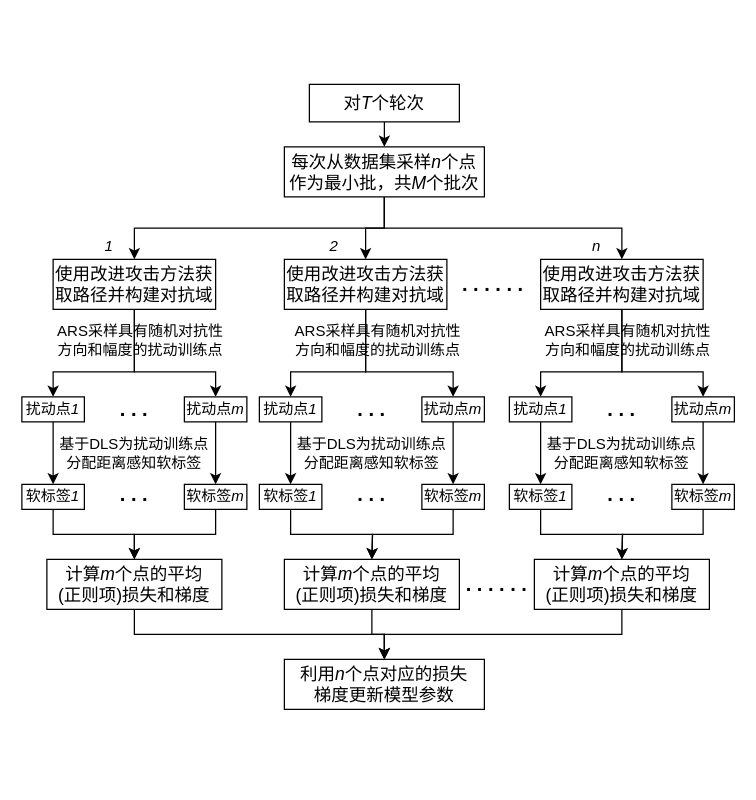
Before: RAT.drawio in Zhou-AY/hello-world, a draw.io diagram. Source tidied: cells renumbered, new cells numbered last; positions are measured from the earlier drawing's top-left corner, leaving out a move shared by most shapes. Both pictures are drawn from the tidied source at 125%, with x=0, y=0 at pixel (21, 84).
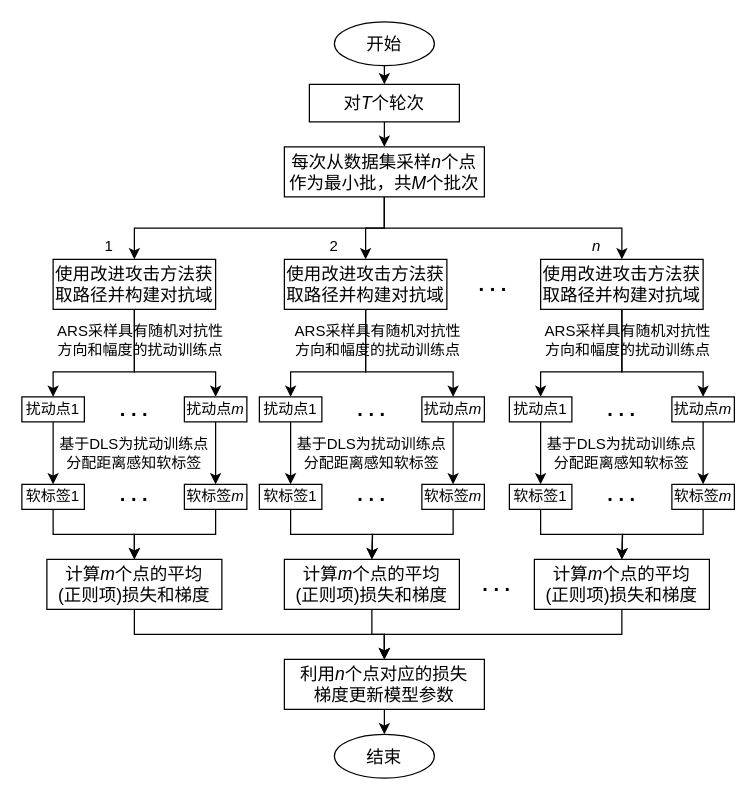
Above is the later version.

Unchanged cells that the change refers to:
```xml
<mxCell id="3" value="&lt;font style=&quot;font-size: 14px;&quot;&gt;对&lt;i&gt;T&lt;/i&gt;个轮次&lt;/font&gt;" style="rounded=0;whiteSpace=wrap;html=1;" parent="1" vertex="1">
  <mxGeometry x="230" width="120" height="30" as="geometry" />
</mxCell>
<mxCell id="33" value="&lt;font style=&quot;font-size: 14px;&quot;&gt;利用&lt;i&gt;n&lt;/i&gt;个点对应的损失&lt;br&gt;梯度更新模型参数&lt;br&gt;&lt;/font&gt;" style="rounded=0;whiteSpace=wrap;html=1;" parent="1" vertex="1">
  <mxGeometry x="210" y="460" width="160" height="40" as="geometry" />
</mxCell>
```

Diff of the diagram source:
```diff
@@
-    <mxCell id="15" value="&lt;i&gt;1&lt;/i&gt;" style="text;html=1;strokeColor=none;fillColor=none;align=center;verticalAlign=middle;whiteSpace=wrap;rounded=0;" parent="1" vertex="1">
+    <mxCell id="15" value="1" style="text;html=1;strokeColor=none;fillColor=none;align=center;verticalAlign=middle;whiteSpace=wrap;rounded=0;" parent="1" vertex="1">
       <mxGeometry x="60" y="120" width="20" height="20" as="geometry" />
     </mxCell>
-    <mxCell id="16" value="&lt;i&gt;2&lt;/i&gt;" style="text;html=1;strokeColor=none;fillColor=none;align=center;verticalAlign=middle;whiteSpace=wrap;rounded=0;" parent="1" vertex="1">
+    <mxCell id="16" value="2" style="text;html=1;strokeColor=none;fillColor=none;align=center;verticalAlign=middle;whiteSpace=wrap;rounded=0;" parent="1" vertex="1">
       <mxGeometry x="240" y="120" width="20" height="20" as="geometry" />
     </mxCell>
@@
-    <mxCell id="18" value="&lt;font size=&quot;1&quot; style=&quot;&quot;&gt;&lt;b style=&quot;font-size: 16px;&quot;&gt;. . . . . .&lt;/b&gt;&lt;/font&gt;" style="text;html=1;strokeColor=none;fillColor=none;align=center;verticalAlign=middle;whiteSpace=wrap;rounded=0;" parent="1" vertex="1">
+    <mxCell id="18" value="&lt;font size=&quot;1&quot; style=&quot;&quot;&gt;&lt;b style=&quot;font-size: 16px;&quot;&gt;. . .&lt;/b&gt;&lt;/font&gt;" style="text;html=1;strokeColor=none;fillColor=none;align=center;verticalAlign=middle;whiteSpace=wrap;rounded=0;" parent="1" vertex="1">
       <mxGeometry x="342" y="152.5" width="70" height="15" as="geometry" />
     </mxCell>
@@
-    <mxCell id="20" value="&lt;font style=&quot;font-size: 12px;&quot;&gt;扰动点&lt;i&gt;1&lt;/i&gt;&lt;/font&gt;" style="rounded=0;whiteSpace=wrap;html=1;" parent="1" vertex="1">
+    <mxCell id="20" value="&lt;font style=&quot;font-size: 12px;&quot;&gt;扰动点1&lt;/font&gt;" style="rounded=0;whiteSpace=wrap;html=1;" parent="1" vertex="1">
       <mxGeometry y="250" width="50" height="20" as="geometry" />
     </mxCell>
@@
-    <mxCell id="26" value="&lt;font style=&quot;font-size: 12px;&quot;&gt;软标签&lt;i&gt;1&lt;/i&gt;&lt;/font&gt;" style="rounded=0;whiteSpace=wrap;html=1;" parent="1" vertex="1">
+    <mxCell id="26" value="&lt;font style=&quot;font-size: 12px;&quot;&gt;软标签1&lt;/font&gt;" style="rounded=0;whiteSpace=wrap;html=1;" parent="1" vertex="1">
       <mxGeometry y="320" width="50" height="20" as="geometry" />
     </mxCell>
@@
+    <mxCell id="65" style="edgeStyle=orthogonalEdgeStyle;rounded=0;jettySize=auto;html=1;exitX=0.5;exitY=1;exitDx=0;exitDy=0;entryX=0.5;entryY=0;entryDx=0;entryDy=0;entryPerimeter=0;" parent="1" edge="1" source="33" target="68">
+      <mxGeometry relative="1" as="geometry" />
+    </mxCell>
@@
-    <mxCell id="35" value="&lt;font style=&quot;font-size: 12px;&quot;&gt;扰动点&lt;i&gt;1&lt;/i&gt;&lt;/font&gt;" style="rounded=0;whiteSpace=wrap;html=1;" parent="1" vertex="1">
+    <mxCell id="35" value="&lt;font style=&quot;font-size: 12px;&quot;&gt;扰动点1&lt;/font&gt;" style="rounded=0;whiteSpace=wrap;html=1;" parent="1" vertex="1">
       <mxGeometry x="190" y="250" width="50" height="20" as="geometry" />
     </mxCell>
@@
-    <mxCell id="41" value="&lt;font style=&quot;font-size: 12px;&quot;&gt;软标签&lt;i&gt;1&lt;/i&gt;&lt;/font&gt;" style="rounded=0;whiteSpace=wrap;html=1;" parent="1" vertex="1">
+    <mxCell id="41" value="&lt;font style=&quot;font-size: 12px;&quot;&gt;软标签1&lt;/font&gt;" style="rounded=0;whiteSpace=wrap;html=1;" parent="1" vertex="1">
       <mxGeometry x="190" y="320" width="50" height="20" as="geometry" />
     </mxCell>
@@
-    <mxCell id="47" value="&lt;font style=&quot;font-size: 12px;&quot;&gt;扰动点&lt;i&gt;1&lt;/i&gt;&lt;/font&gt;" style="rounded=0;whiteSpace=wrap;html=1;" parent="1" vertex="1">
+    <mxCell id="47" value="&lt;font style=&quot;font-size: 12px;&quot;&gt;扰动点1&lt;/font&gt;" style="rounded=0;whiteSpace=wrap;html=1;" parent="1" vertex="1">
       <mxGeometry x="390" y="250" width="50" height="20" as="geometry" />
     </mxCell>
@@
-    <mxCell id="53" value="&lt;font style=&quot;font-size: 12px;&quot;&gt;软标签&lt;i&gt;1&lt;/i&gt;&lt;/font&gt;" style="rounded=0;whiteSpace=wrap;html=1;" parent="1" vertex="1">
+    <mxCell id="53" value="&lt;font style=&quot;font-size: 12px;&quot;&gt;软标签1&lt;/font&gt;" style="rounded=0;whiteSpace=wrap;html=1;" parent="1" vertex="1">
       <mxGeometry x="390" y="320" width="50" height="20" as="geometry" />
     </mxCell>
@@
-    <mxCell id="64" value="&lt;font size=&quot;1&quot; style=&quot;&quot;&gt;&lt;b style=&quot;font-size: 16px;&quot;&gt;. . . . . .&lt;/b&gt;&lt;/font&gt;" style="text;html=1;strokeColor=none;fillColor=none;align=center;verticalAlign=middle;whiteSpace=wrap;rounded=0;" parent="1" vertex="1">
+    <mxCell id="64" value="&lt;font size=&quot;1&quot; style=&quot;&quot;&gt;&lt;b style=&quot;font-size: 16px;&quot;&gt;. . .&lt;/b&gt;&lt;/font&gt;" style="text;html=1;strokeColor=none;fillColor=none;align=center;verticalAlign=middle;whiteSpace=wrap;rounded=0;" parent="1" vertex="1">
       <mxGeometry x="345" y="392.5" width="70" height="15" as="geometry" />
     </mxCell>
+    <mxCell id="66" style="edgeStyle=orthogonalEdgeStyle;rounded=0;jettySize=auto;html=1;exitX=0.5;exitY=1;exitDx=0;exitDy=0;exitPerimeter=0;entryX=0.5;entryY=0;entryDx=0;entryDy=0;" parent="1" edge="1" source="67" target="3">
+      <mxGeometry relative="1" as="geometry" />
+    </mxCell>
+    <mxCell id="67" value="&lt;font style=&quot;font-size: 14px;&quot;&gt;开始&lt;/font&gt;" style="strokeWidth=1;html=1;shape=mxgraph.flowchart.start_1;whiteSpace=wrap;" parent="1" vertex="1">
+      <mxGeometry x="250" y="-50" width="80" height="35" as="geometry" />
+    </mxCell>
+    <mxCell id="68" value="&lt;span style=&quot;font-size: 14px;&quot;&gt;结束&lt;br&gt;&lt;/span&gt;" style="strokeWidth=1;html=1;shape=mxgraph.flowchart.start_1;whiteSpace=wrap;" parent="1" vertex="1">
+      <mxGeometry x="250" y="520" width="80" height="35" as="geometry" />
+    </mxCell>
```
